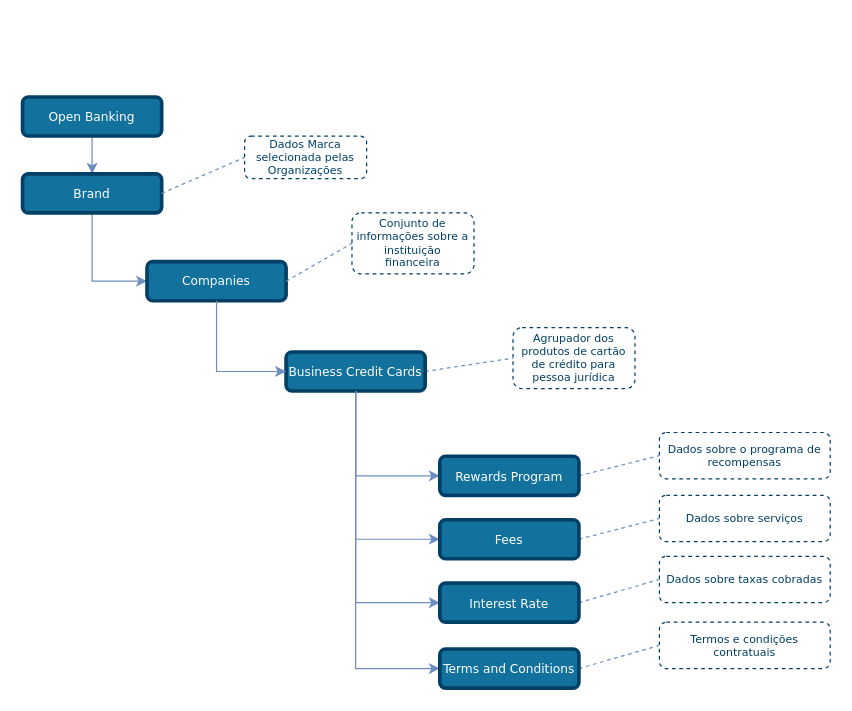
Earlier version of the draw.io diagram draw_io_diagrams/TLD_Business_Credit_Cards_v1.drawio (OpenBanking-Brasil/areadesenvolvedor). Source tidied: cells renumbered, new cells numbered last; positions are measured from the earlier drawing's top-left corner, leaving out a move shared by most shapes. Both pictures are drawn from the tidied source at 122%, with x=0, y=0 at pixel (22, 96).
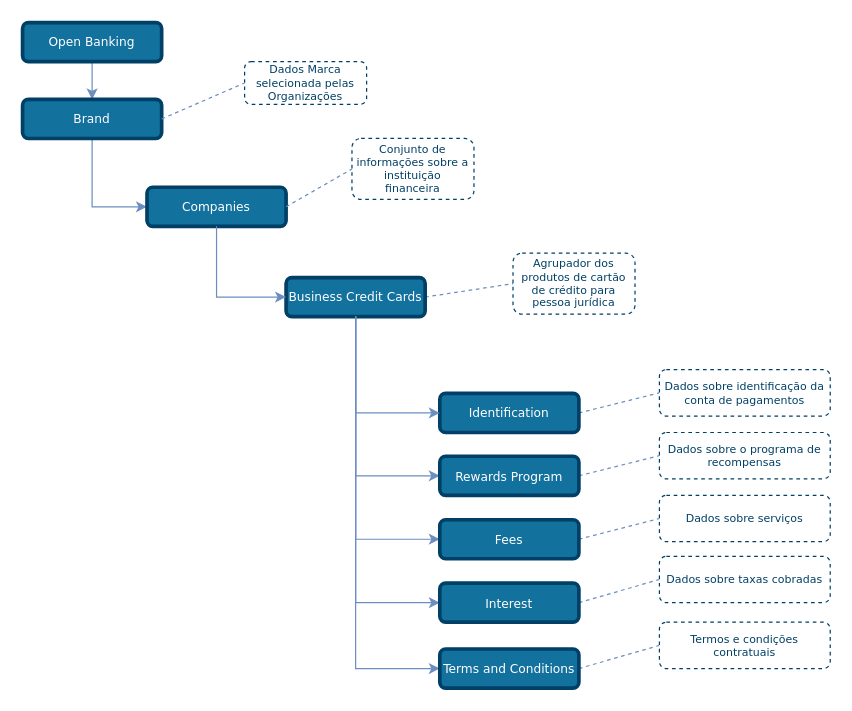
The same diagram, later.

Commit message (it also covers changes not shown here):
FEBRABANSD-196 - Updated credit cards diagrams, use cases and schemas with modifications on service structure to array data type.

Change to the diagram source:
```diff
@@
     <mxCell id="3" value="Open Banking" style="rounded=1;whiteSpace=wrap;html=1;comic=0;shadow=0;backgroundOutline=0;snapToPoint=0;fixDash=0;strokeWidth=3;fontFamily=Verdana;fontStyle=0;labelBackgroundColor=none;labelBorderColor=none;fontSize=10;fillColor=#13719E;strokeColor=#003F66;fontColor=#ffffff;" parent="1" vertex="1">
-      <mxGeometry width="114" height="32" as="geometry" />
+      <mxGeometry y="-61" width="114" height="32" as="geometry" />
     </mxCell>
@@
     <mxCell id="5" value="Business Credit Cards" style="rounded=1;whiteSpace=wrap;html=1;comic=0;shadow=0;backgroundOutline=0;snapToPoint=0;fixDash=0;strokeWidth=3;fontFamily=Verdana;fontStyle=0;labelBackgroundColor=none;labelBorderColor=none;fontSize=10;fillColor=#13719E;strokeColor=#003F66;fontColor=#ffffff;" parent="1" vertex="1">
-      <mxGeometry x="216" y="209" width="114" height="32" as="geometry" />
+      <mxGeometry x="216" y="148" width="114" height="32" as="geometry" />
     </mxCell>
     <mxCell id="6" value="&lt;font style=&quot;font-size: 9px&quot;&gt;Agrupador dos produtos de cartão de crédito para pessoa jurídica&lt;/font&gt;" style="rounded=1;whiteSpace=wrap;html=1;shadow=0;comic=0;strokeColor=#003F66;strokeWidth=1;fillColor=#ffffff;fontFamily=Verdana;fontSize=9;fontColor=#003F66;dashed=1;spacingLeft=5;spacing=0;spacingRight=5;spacingBottom=5;spacingTop=5;align=center;verticalAlign=middle;gradientColor=#ffffff;" parent="1" vertex="1">
-      <mxGeometry x="402" y="189" width="100" height="50" as="geometry" />
+      <mxGeometry x="402" y="128" width="100" height="50" as="geometry" />
     </mxCell>
@@
     <mxCell id="8" value="Brand" style="rounded=1;whiteSpace=wrap;html=1;comic=0;shadow=0;backgroundOutline=0;snapToPoint=0;fixDash=0;strokeWidth=3;fontFamily=Verdana;fontStyle=0;labelBackgroundColor=none;labelBorderColor=none;fontSize=10;fillColor=#13719E;strokeColor=#003F66;fontColor=#ffffff;" parent="1" vertex="1">
-      <mxGeometry y="63" width="114" height="32" as="geometry" />
+      <mxGeometry y="2" width="114" height="32" as="geometry" />
     </mxCell>
     <mxCell id="9" value="Dados Marca selecionada pelas Organizações" style="rounded=1;whiteSpace=wrap;html=1;shadow=0;comic=0;strokeColor=#003F66;strokeWidth=1;fillColor=#ffffff;fontFamily=Verdana;fontSize=9;fontColor=#003F66;dashed=1;spacingLeft=5;spacing=0;spacingRight=5;spacingBottom=5;spacingTop=5;align=center;verticalAlign=middle;gradientColor=#ffffff;" parent="1" vertex="1">
-      <mxGeometry x="182" y="32" width="100" height="35" as="geometry" />
+      <mxGeometry x="182" y="-29" width="100" height="35" as="geometry" />
     </mxCell>
@@
     <mxCell id="14" value="Companies" style="rounded=1;whiteSpace=wrap;html=1;comic=0;shadow=0;backgroundOutline=0;snapToPoint=0;fixDash=0;strokeWidth=3;fontFamily=Verdana;fontStyle=0;labelBackgroundColor=none;labelBorderColor=none;fontSize=10;fillColor=#13719E;strokeColor=#003F66;fontColor=#ffffff;" parent="1" vertex="1">
-      <mxGeometry x="102" y="135" width="114" height="32" as="geometry" />
+      <mxGeometry x="102" y="74" width="114" height="32" as="geometry" />
     </mxCell>
@@
     <mxCell id="17" value="&lt;font style=&quot;font-size: 9px&quot;&gt;Conjunto de informações sobre a instituição financeira&lt;/font&gt;" style="rounded=1;whiteSpace=wrap;html=1;shadow=0;comic=0;strokeColor=#003F66;strokeWidth=1;fillColor=#ffffff;gradientColor=#ffffff;fontFamily=Verdana;fontSize=9;fontColor=#003F66;dashed=1;spacingLeft=5;spacing=0;spacingRight=5;spacingBottom=5;spacingTop=5;align=center;verticalAlign=middle;" parent="1" vertex="1">
-      <mxGeometry x="270" y="95" width="100" height="50" as="geometry" />
+      <mxGeometry x="270" y="34" width="100" height="50" as="geometry" />
     </mxCell>
@@
-    <mxCell id="23" value="Interest Rate" style="rounded=1;whiteSpace=wrap;html=1;comic=0;shadow=0;backgroundOutline=0;snapToPoint=0;fixDash=0;strokeWidth=3;fontFamily=Verdana;fontStyle=0;labelBackgroundColor=none;labelBorderColor=none;fontSize=10;fillColor=#13719E;strokeColor=#003F66;fontColor=#ffffff;" parent="1" vertex="1">
+    <mxCell id="23" value="Interest" style="rounded=1;whiteSpace=wrap;html=1;comic=0;shadow=0;backgroundOutline=0;snapToPoint=0;fixDash=0;strokeWidth=3;fontFamily=Verdana;fontStyle=0;labelBackgroundColor=none;labelBorderColor=none;fontSize=10;fillColor=#13719E;strokeColor=#003F66;fontColor=#ffffff;" parent="1" vertex="1">
       <mxGeometry x="342" y="398.5" width="114" height="32" as="geometry" />
     </mxCell>
@@
+    <mxCell id="31" style="edgeStyle=none;rounded=1;jettySize=auto;html=1;entryX=0;entryY=0.5;entryDx=0;entryDy=0;dashed=1;endArrow=none;endFill=0;endSize=6;strokeColor=#6C8EBF;exitX=1;exitY=0.5;exitDx=0;exitDy=0;" parent="1" edge="1" source="32" target="33">
+      <mxGeometry relative="1" as="geometry" />
+    </mxCell>
+    <mxCell id="32" value="Identification" style="rounded=1;whiteSpace=wrap;html=1;comic=0;shadow=0;backgroundOutline=0;snapToPoint=0;fixDash=0;strokeWidth=3;fontFamily=Verdana;fontStyle=0;labelBackgroundColor=none;labelBorderColor=none;fontSize=10;fillColor=#13719E;strokeColor=#003F66;fontColor=#ffffff;" parent="1" vertex="1">
+      <mxGeometry x="342" y="243" width="114" height="32" as="geometry" />
+    </mxCell>
+    <mxCell id="33" value="Dados sobre identificação da conta de pagamentos" style="rounded=1;whiteSpace=wrap;html=1;shadow=0;comic=0;strokeColor=#003F66;strokeWidth=1;fillColor=#ffffff;fontFamily=Verdana;fontSize=9;fontColor=#003F66;dashed=1;spacingLeft=5;spacing=0;spacingRight=5;spacingBottom=5;spacingTop=5;align=center;verticalAlign=middle;gradientColor=#ffffff;" parent="1" vertex="1">
+      <mxGeometry x="522" y="223.5" width="140" height="38" as="geometry" />
+    </mxCell>
+    <mxCell id="34" style="edgeStyle=orthogonalEdgeStyle;rounded=0;jettySize=auto;html=1;exitX=0.5;exitY=1;exitDx=0;exitDy=0;entryX=0;entryY=0.5;entryDx=0;entryDy=0;strokeColor=#6C8EBF;endArrow=classic;endFill=1;" parent="1" edge="1" source="5" target="32">
+      <mxGeometry relative="1" as="geometry">
+        <Array as="points">
+          <mxPoint x="273" y="259" />
+        </Array>
+      </mxGeometry>
+    </mxCell>
```
